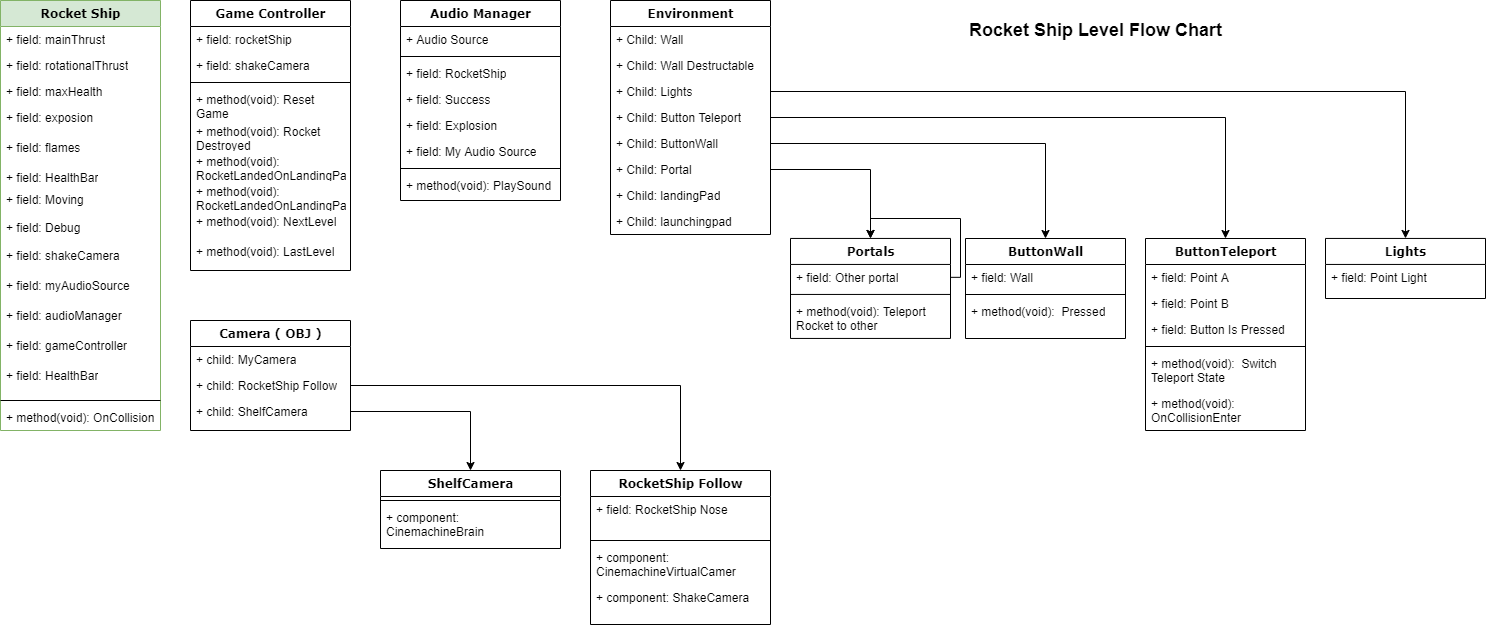
Earlier version of the draw.io export README_Img/Level-Object-Diagram.png (Kayyo321/Rocket-Ship-Platformer). Source tidied: cells renumbered, new cells last; positions are measured from the earlier drawing's top-left corner, leaving out a move shared by most shapes.
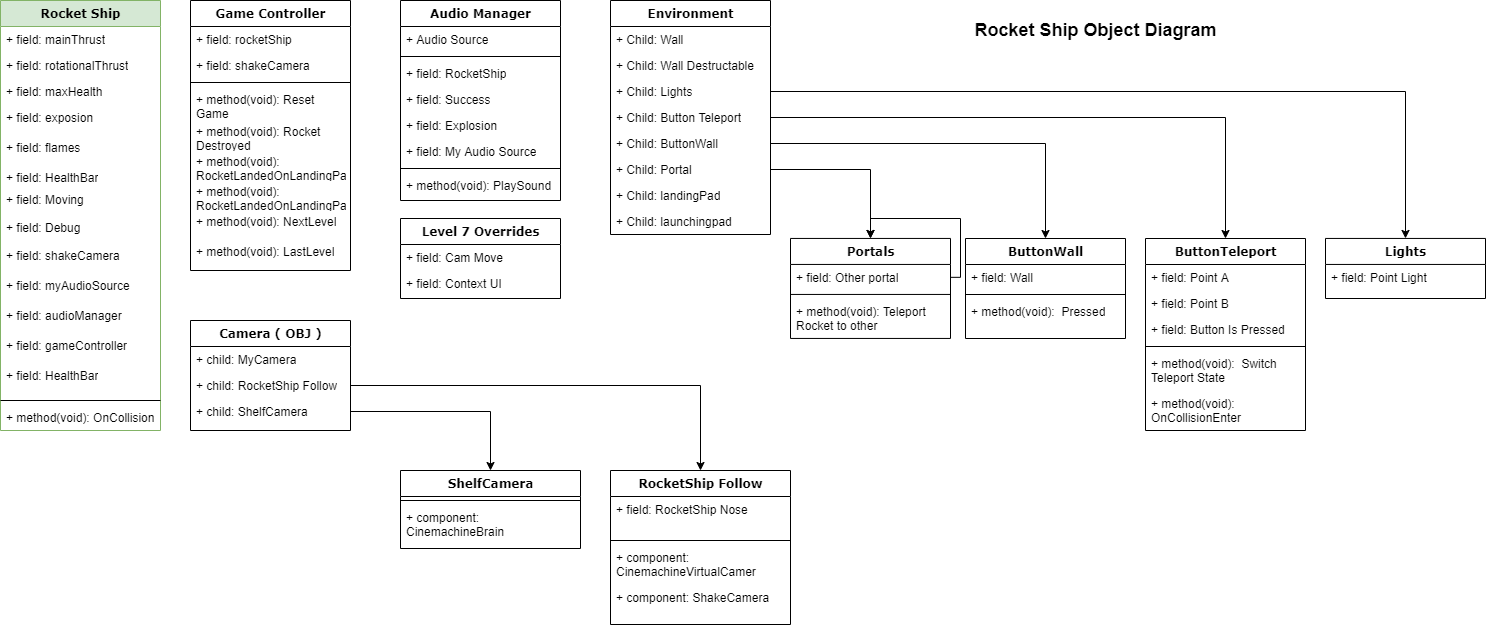
After the commit.

Commit message:
updated Level-Object-Diagram Chart

What changed in the source:
```diff
@@ -114,7 +114,7 @@
       <mxGeometry y="60" width="160" height="40" as="geometry" />
     </mxCell>
     <mxCell id="37" value="RocketShip Follow" style="swimlane;html=1;fontStyle=1;align=center;verticalAlign=top;horizontal=1;startSize=26;swimlaneFillColor=#ffffff;rounded=0;shadow=0;comic=0;labelBackgroundColor=none;strokeWidth=1;fontFamily=Verdana;fontSize=12;" parent="1" vertex="1">
-      <mxGeometry x="590" y="470" width="180" height="154" as="geometry" />
+      <mxGeometry x="610" y="470" width="180" height="154" as="geometry" />
     </mxCell>
     <mxCell id="38" value="+ field: RocketShip Nose" style="text;html=1;strokeColor=none;fillColor=none;align=left;verticalAlign=top;spacingLeft=4;spacingRight=4;whiteSpace=wrap;overflow=hidden;" parent="37" vertex="1">
       <mxGeometry y="26" width="180" height="40" as="geometry" />
@@ -129,7 +129,7 @@
       <mxGeometry y="114" width="180" height="40" as="geometry" />
     </mxCell>
     <mxCell id="42" value="ShelfCamera" style="swimlane;html=1;fontStyle=1;align=center;verticalAlign=top;horizontal=1;startSize=26;swimlaneFillColor=#ffffff;rounded=0;shadow=0;comic=0;labelBackgroundColor=none;strokeWidth=1;fontFamily=Verdana;fontSize=12;" parent="1" vertex="1">
-      <mxGeometry x="380" y="470" width="180" height="78" as="geometry" />
+      <mxGeometry x="400" y="470" width="180" height="78" as="geometry" />
     </mxCell>
     <mxCell id="43" style="line;html=1;strokeWidth=1;fillColor=none;align=left;verticalAlign=middle;spacingTop=-1;spacingLeft=3;spacingRight=3;labelPosition=right;" parent="42" vertex="1">
       <mxGeometry y="26" width="180" height="8" as="geometry" />
@@ -248,8 +248,17 @@
     <mxCell id="81" style="edgeStyle=orthogonalEdgeStyle;rounded=0;jettySize=auto;html=1;entryX=0.5;entryY=0;entryDx=0;entryDy=0;" parent="1" edge="1" source="5" target="42">
       <mxGeometry relative="1" as="geometry" />
     </mxCell>
-    <mxCell id="82" value="&lt;font style=&quot;font-size: 18px&quot;&gt;&lt;b&gt;Rocket Ship Level Flow Chart&lt;/b&gt;&lt;/font&gt;" style="text;html=1;align=center;verticalAlign=middle;fillColor=none;strokeColor=none;rounded=0;" parent="1" vertex="1">
-      <mxGeometry x="960" y="20" width="270" height="20" as="geometry" />
+    <mxCell id="82" value="&lt;font style=&quot;font-size: 18px&quot;&gt;&lt;b&gt;Rocket Ship Object Diagram&lt;/b&gt;&lt;/font&gt;" style="text;html=1;align=center;verticalAlign=middle;fillColor=none;strokeColor=none;rounded=0;" parent="1" vertex="1">
+      <mxGeometry x="965" y="20" width="260" height="20" as="geometry" />
     </mxCell>
+    <mxCell id="83" value="Level 7 Overrides" style="swimlane;html=1;fontStyle=1;align=center;verticalAlign=top;horizontal=1;startSize=26;swimlaneFillColor=#ffffff;rounded=0;shadow=0;comic=0;labelBackgroundColor=none;strokeWidth=1;fillColor=none;fontFamily=Verdana;fontSize=12;" parent="1" vertex="1">
+      <mxGeometry x="400" y="218" width="160" height="80" as="geometry" />
+    </mxCell>
+    <mxCell id="84" value="+ field: Cam Move" style="text;html=1;strokeColor=none;fillColor=none;align=left;verticalAlign=top;spacingLeft=4;spacingRight=4;whiteSpace=wrap;overflow=hidden;" parent="83" vertex="1">
+      <mxGeometry y="26" width="160" height="26" as="geometry" />
+    </mxCell>
+    <mxCell id="85" value="+ field: Context UI" style="text;html=1;strokeColor=none;fillColor=none;align=left;verticalAlign=top;spacingLeft=4;spacingRight=4;whiteSpace=wrap;overflow=hidden;" parent="83" vertex="1">
+      <mxGeometry y="52" width="160" height="26" as="geometry" />
+    </mxCell>
   </root>
 </mxGraphModel>
```
